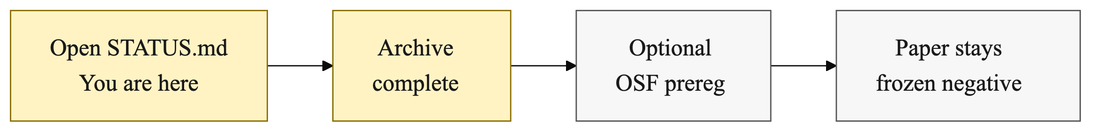
Above: docs/diagrams/what-to-run.png in cauld/scendo (Mermaid), before the change. Its source is kept beside it as docs/diagrams/what-to-run.mmd.
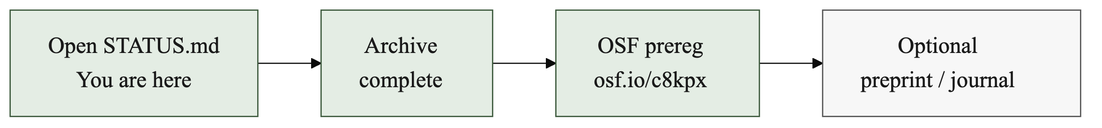
Later version of the same file.

What changed in the source:
```diff
@@ -1,10 +1,10 @@
 %%{init: {"theme": "base", "themeVariables": {"fontSize": "18px", "fontFamily": "Helvetica, Arial, sans-serif"}} }%%
 flowchart LR
   A["Open STATUS.md<br/>You are here"] --> B["Archive<br/>complete"]
-  B --> C["Optional<br/>OSF prereg"]
-  C --> D["Paper stays<br/>frozen negative"]
+  B --> C["OSF prereg<br/>osf.io/c8kpx"]
+  C --> D["Optional<br/>preprint / journal"]
 
-  classDef now fill:#FFF3C4,stroke:#8A6D00,color:#1A1A1A
+  classDef done fill:#E4EDE4,stroke:#3D5A3D,color:#1A1A1A
   classDef step fill:#F7F7F7,stroke:#555555,color:#1A1A1A
-  class A,B now
-  class C,D step
+  class A,B,C done
+  class D step
```
